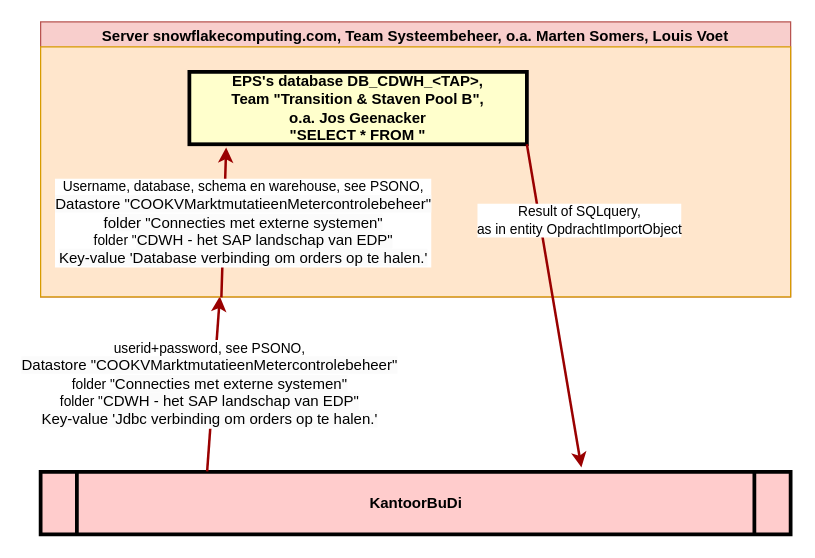
Before: Enexis - OpnameOrders ophalen uit EPS.drawio in TimvanSteenbergen/drawio, a draw.io diagram. Source tidied: cells renumbered, new cells numbered last; positions are measured from the earlier drawing's top-left corner, leaving out a move shared by most shapes. Both pictures are drawn from the tidied source at 125%, with x=0, y=0 at pixel (40, 21).
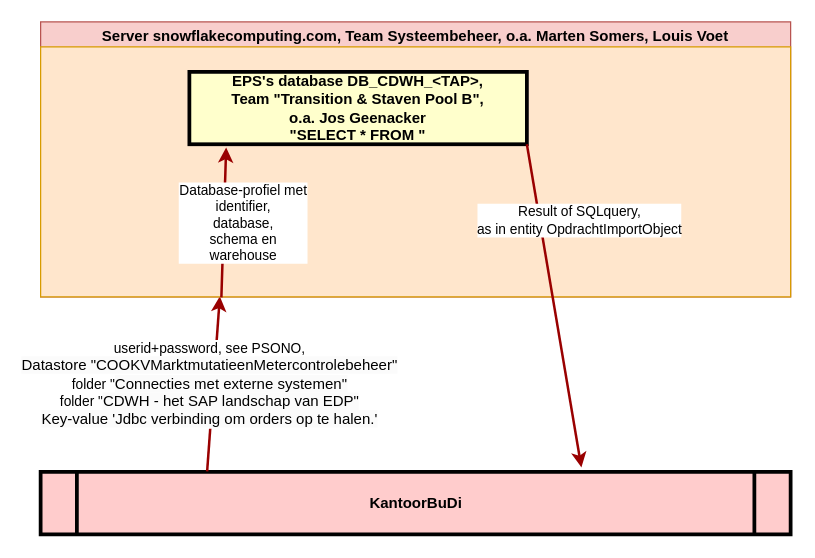
The same page after the edit.

Diff of the diagram source:
```diff
@@
 <mxGraphModel>
   <root>
     <mxCell id="0" />
     <mxCell id="1" parent="0" />
     <mxCell id="2" value="KantoorBuDi" style="shape=process;whiteSpace=wrap;align=center;verticalAlign=middle;size=0.0475;fontStyle=1;strokeWidth=3;fillColor=#FFCCCC;" parent="1" vertex="1">
       <mxGeometry y="360" width="600" height="50" as="geometry" />
     </mxCell>
     <mxCell id="3" style="edgeStyle=none;noEdgeStyle=1;strokeColor=#990000;strokeWidth=2;startArrow=classic;startFill=1;endArrow=none;endFill=0;entryX=0.222;entryY=-0.008;entryDx=0;entryDy=0;entryPerimeter=0;exitX=0.239;exitY=0.998;exitDx=0;exitDy=0;exitPerimeter=0;" parent="1" edge="1" source="7" target="2">
       <mxGeometry relative="1" as="geometry" />
     </mxCell>
     <mxCell id="4" value="Text" style="edgeLabel;html=1;align=center;verticalAlign=middle;" parent="3" vertex="1">
       <mxGeometry x="-0.02" y="-2" relative="1" as="geometry" />
     </mxCell>
     <mxCell id="5" value="userid+password, see PSONO,&lt;br style=&quot;border-color: var(--border-color); padding: 0px; margin: 0px; font-size: 12px; background-color: rgb(251, 251, 251);&quot;&gt;&lt;span style=&quot;font-size: 12px; background-color: rgb(251, 251, 251);&quot;&gt;Datastore &quot;COOKVMarktmutatieenMetercontrolebeheer&quot;&lt;/span&gt;&lt;br style=&quot;border-color: var(--border-color); padding: 0px; margin: 0px; font-size: 12px; background-color: rgb(251, 251, 251);&quot;&gt;folder &quot;&lt;span style=&quot;font-size: 12px; background-color: rgb(251, 251, 251);&quot;&gt;Connecties met externe systemen&quot;&lt;/span&gt;&lt;br style=&quot;border-color: var(--border-color); padding: 0px; margin: 0px; font-size: 12px; background-color: rgb(251, 251, 251);&quot;&gt;folder &quot;&lt;span style=&quot;font-size: 12px; background-color: rgb(251, 251, 251);&quot;&gt;CDWH - het SAP landschap van EDP&quot;&lt;/span&gt;&lt;br style=&quot;border-color: var(--border-color); padding: 0px; margin: 0px; font-size: 12px; background-color: rgb(251, 251, 251);&quot;&gt;&lt;span style=&quot;font-size: 12px; background-color: rgb(251, 251, 251);&quot;&gt;Key-value 'Jdbc verbinding om orders op te halen.'&lt;/span&gt;" style="edgeLabel;html=1;align=center;verticalAlign=middle;" parent="3" vertex="1">
       <mxGeometry y="-4" relative="1" as="geometry" />
     </mxCell>
     <mxCell id="6" value="Server&amp;nbsp;snowflakecomputing.com, Team Systeembeheer, o.a. Marten Somers, Louis Voet" style="swimlane;whiteSpace=wrap;html=1;fillColor=#f8cecc;strokeColor=#b85450;swimlaneLine=0;glass=0;shadow=0;" parent="1" vertex="1">
       <mxGeometry width="600" height="220" as="geometry" />
     </mxCell>
     <mxCell id="7" style="rounded=0;whiteSpace=wrap;html=1;fillColor=#ffe6cc;strokeColor=#d79b00;" parent="6" vertex="1">
       <mxGeometry y="20" width="600" height="200" as="geometry" />
     </mxCell>
     <mxCell id="8" value="EPS's database DB_CDWH_&lt;TAP&gt;, &#10;Team &quot;Transition &amp; Staven Pool B&quot;, &#10;o.a. Jos Geenacker&#10;&quot;SELECT * FROM &quot;" style="whiteSpace=wrap;align=center;verticalAlign=middle;fontStyle=1;strokeWidth=3;fillColor=#FFFFCC;" parent="6" vertex="1">
       <mxGeometry x="119" y="40" width="270" height="57.9" as="geometry" />
     </mxCell>
     <mxCell id="9" style="edgeStyle=none;noEdgeStyle=1;strokeColor=#990000;strokeWidth=2;startArrow=classic;startFill=1;endArrow=none;endFill=0;exitX=0.109;exitY=1.044;exitDx=0;exitDy=0;exitPerimeter=0;entryX=0.241;entryY=1.002;entryDx=0;entryDy=0;entryPerimeter=0;" parent="6" edge="1" source="8" target="7">
       <mxGeometry relative="1" as="geometry" />
     </mxCell>
-    <mxCell id="10" value="Username, database, schema en warehouse, see PSONO,&lt;br style=&quot;border-color: var(--border-color); padding: 0px; margin: 0px; font-size: 12px; background-color: rgb(251, 251, 251);&quot;&gt;&lt;span style=&quot;font-size: 12px; background-color: rgb(251, 251, 251);&quot;&gt;Datastore &quot;COOKVMarktmutatieenMetercontrolebeheer&quot;&lt;/span&gt;&lt;br style=&quot;border-color: var(--border-color); padding: 0px; margin: 0px; font-size: 12px; background-color: rgb(251, 251, 251);&quot;&gt;&lt;span style=&quot;font-size: 12px; background-color: rgb(251, 251, 251);&quot;&gt;folder &quot;Connecties met externe systemen&quot;&lt;/span&gt;&lt;br style=&quot;border-color: var(--border-color); padding: 0px; margin: 0px; font-size: 12px; background-color: rgb(251, 251, 251);&quot;&gt;folder &quot;&lt;span style=&quot;font-size: 12px; background-color: rgb(251, 251, 251);&quot;&gt;CDWH - het SAP landschap van EDP&quot;&lt;/span&gt;&lt;br style=&quot;border-color: var(--border-color); padding: 0px; margin: 0px; font-size: 12px; background-color: rgb(251, 251, 251);&quot;&gt;&lt;span style=&quot;font-size: 12px; background-color: rgb(251, 251, 251);&quot;&gt;Key-value 'Database verbinding om orders op te halen.'&lt;/span&gt;" style="edgeLabel;html=1;align=center;verticalAlign=middle;" parent="9" vertex="1">
+    <mxCell id="10" value="Database-profiel met &lt;br&gt;identifier,&lt;br&gt;database, &lt;br&gt;schema en &lt;br&gt;warehouse" style="edgeLabel;html=1;align=center;verticalAlign=middle;" parent="9" vertex="1">
       <mxGeometry x="-0.02" y="-2" relative="1" as="geometry">
         <mxPoint x="17" y="1" as="offset" />
       </mxGeometry>
     </mxCell>
     <mxCell id="11" style="edgeStyle=none;noEdgeStyle=1;strokeColor=#990000;strokeWidth=2;startArrow=classic;startFill=1;endArrow=none;endFill=0;exitX=0.721;exitY=-0.072;exitDx=0;exitDy=0;exitPerimeter=0;entryX=1;entryY=1;entryDx=0;entryDy=0;" parent="1" edge="1" source="2" target="8">
       <mxGeometry relative="1" as="geometry" />
     </mxCell>
     <mxCell id="12" value="Result of SQLquery, &lt;br&gt;as in entity OpdrachtImportObject" style="edgeLabel;html=1;align=center;verticalAlign=middle;" parent="11" vertex="1">
       <mxGeometry x="-0.02" y="-2" relative="1" as="geometry">
         <mxPoint x="17" y="-71" as="offset" />
       </mxGeometry>
     </mxCell>
   </root>
 </mxGraphModel>
```
